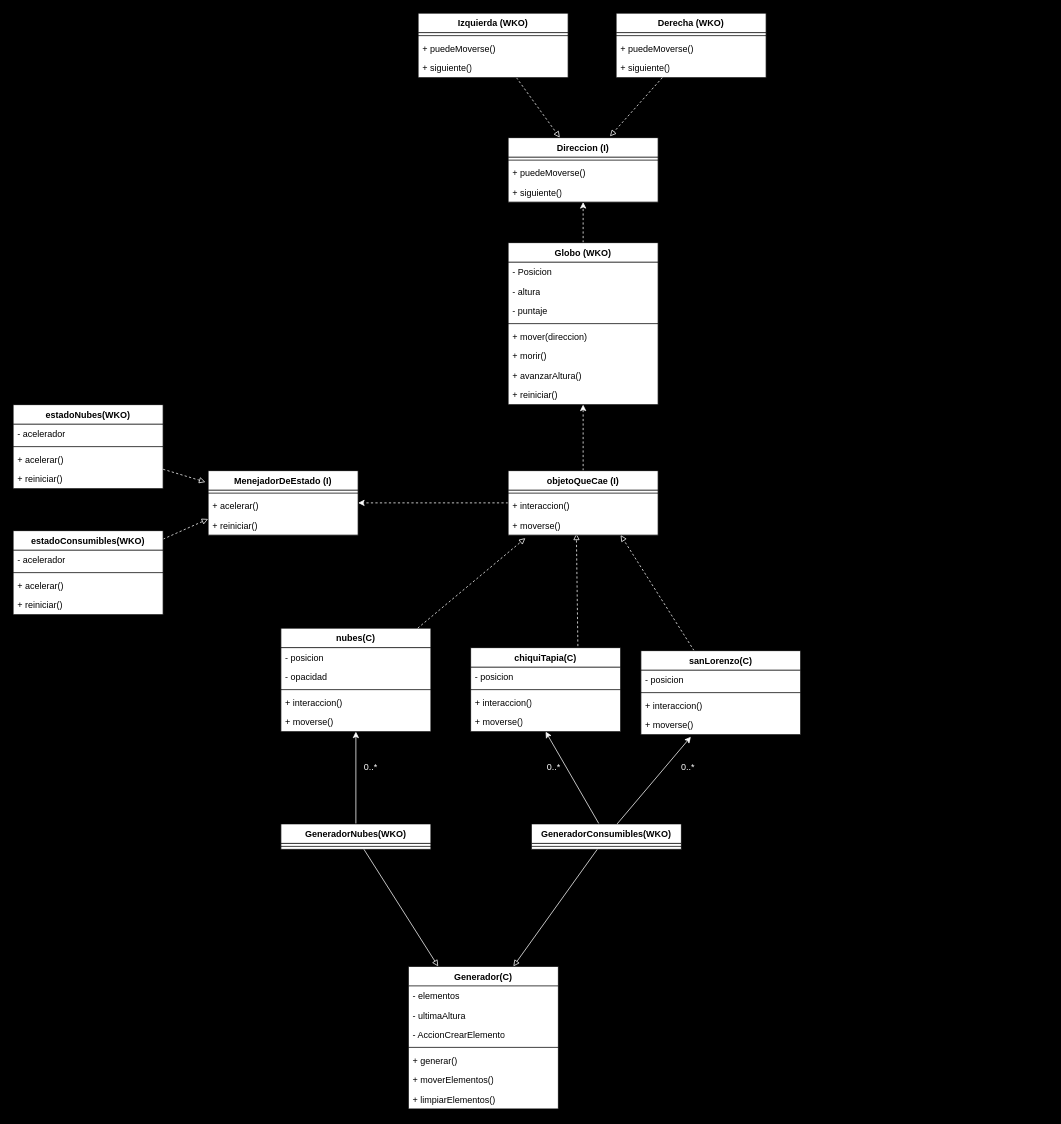
Above: diagramaClases.drawio in pdepjm/2026-o-game-odio-prolog (draw.io), before the change. Source tidied: cells renumbered, new cells numbered last; positions are measured from the earlier drawing's top-left corner, leaving out a move shared by most shapes. Both pictures are drawn from the tidied source at 75%, with x=0, y=0 at pixel (13, 13).
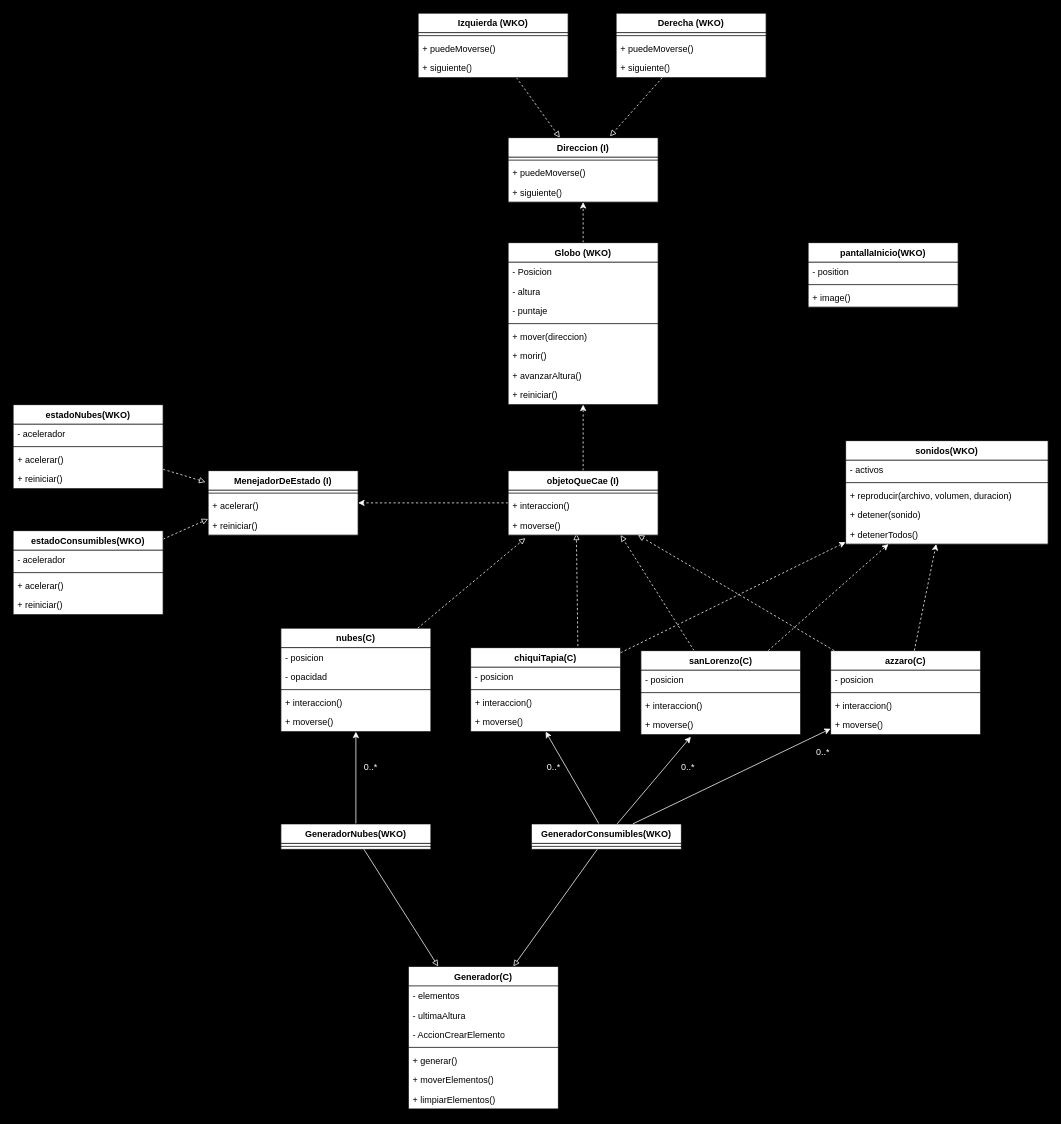
The same page after the edit.

Commit message:
actualizacion diagrama

Unchanged cells that the change refers to:
```xml
<mxCell id="39" value="GeneradorConsumibles(WKO)" style="swimlane;fontStyle=1;align=center;verticalAlign=top;horizontal=1;startSize=26;whiteSpace=wrap;html=1;swimlaneFillColor=default;" parent="1" vertex="1">
  <mxGeometry x="691" y="1081" width="200" height="34" as="geometry" />
</mxCell>
<mxCell id="54" value="chiquiTapia(C)" style="swimlane;fontStyle=1;align=center;verticalAlign=top;horizontal=1;startSize=26;whiteSpace=wrap;html=1;swimlaneFillColor=default;" parent="1" vertex="1">
  <mxGeometry x="610" y="846" width="200" height="112" as="geometry" />
</mxCell>
<mxCell id="63" value="objetoQueCae (I)" style="swimlane;fontStyle=1;align=center;verticalAlign=top;horizontal=1;startSize=26;whiteSpace=wrap;html=1;swimlaneFillColor=default;" parent="1" vertex="1">
  <mxGeometry x="660" y="610" width="200" height="86" as="geometry" />
</mxCell>
<mxCell id="68" value="sanLorenzo(C)" style="swimlane;fontStyle=1;align=center;verticalAlign=top;horizontal=1;startSize=26;whiteSpace=wrap;html=1;swimlaneFillColor=default;" parent="1" vertex="1">
  <mxGeometry x="837" y="850" width="213" height="112" as="geometry" />
</mxCell>
```

The edit, as a diff of the source:
```diff
@@
+    <mxCell id="88" value="azzaro(C)" style="swimlane;fontStyle=1;align=center;verticalAlign=top;horizontal=1;startSize=26;whiteSpace=wrap;html=1;swimlaneFillColor=default;" parent="1" vertex="1">
+      <mxGeometry x="1090" y="850" width="200" height="112" as="geometry" />
+    </mxCell>
+    <mxCell id="89" value="- posicion" style="text;strokeColor=none;fillColor=none;align=left;verticalAlign=top;spacingLeft=4;spacingRight=4;overflow=hidden;whiteSpace=wrap;html=1;" parent="88" vertex="1">
+      <mxGeometry y="26" width="200" height="26" as="geometry" />
+    </mxCell>
+    <mxCell id="90" style="line;strokeWidth=1;fillColor=none;align=left;verticalAlign=middle;spacingTop=-1;spacingLeft=3;spacingRight=3;labelPosition=right;strokeColor=inherit;" parent="88" vertex="1">
+      <mxGeometry y="52" width="200" height="8" as="geometry" />
+    </mxCell>
+    <mxCell id="91" value="+ interaccion()" style="text;strokeColor=none;fillColor=none;align=left;verticalAlign=top;spacingLeft=4;spacingRight=4;overflow=hidden;whiteSpace=wrap;html=1;" parent="88" vertex="1">
+      <mxGeometry y="60" width="200" height="26" as="geometry" />
+    </mxCell>
+    <mxCell id="92" value="+ moverse()" style="text;strokeColor=none;fillColor=none;align=left;verticalAlign=top;spacingLeft=4;spacingRight=4;overflow=hidden;whiteSpace=wrap;html=1;" parent="88" vertex="1">
+      <mxGeometry y="86" width="200" height="26" as="geometry" />
+    </mxCell>
+    <mxCell id="93" style="edgeStyle=none;shape=connector;rounded=1;html=1;strokeColor=#FFFFFF;align=center;verticalAlign=middle;fontFamily=Helvetica;fontSize=11;fontColor=default;labelBackgroundColor=default;endArrow=block;endFill=0;dashed=1;" parent="1" edge="1" source="88" target="63">
+      <mxGeometry relative="1" as="geometry" />
+    </mxCell>
+    <mxCell id="94" style="edgeStyle=none;shape=connector;rounded=1;html=1;strokeColor=#FFFFFF;align=center;verticalAlign=middle;fontFamily=Helvetica;fontSize=11;fontColor=default;labelBackgroundColor=default;endArrow=classic;" parent="1" edge="1" source="39" target="88">
+      <mxGeometry relative="1" as="geometry" />
+    </mxCell>
+    <mxCell id="95" value="0..*" style="text;html=1;whiteSpace=wrap;align=center;verticalAlign=middle;rounded=0;fontColor=#FFFFFF;" parent="1" vertex="1">
+      <mxGeometry x="1050" y="970" width="60" height="30" as="geometry" />
+    </mxCell>
+    <mxCell id="96" value="sonidos(WKO)" style="swimlane;fontStyle=1;align=center;verticalAlign=top;horizontal=1;startSize=26;whiteSpace=wrap;html=1;swimlaneFillColor=default;" parent="1" vertex="1">
+      <mxGeometry x="1110" y="570" width="270" height="138" as="geometry" />
+    </mxCell>
+    <mxCell id="97" value="- activos" style="text;strokeColor=none;fillColor=none;align=left;verticalAlign=top;spacingLeft=4;spacingRight=4;overflow=hidden;whiteSpace=wrap;html=1;" parent="96" vertex="1">
+      <mxGeometry y="26" width="270" height="26" as="geometry" />
+    </mxCell>
+    <mxCell id="98" style="line;strokeWidth=1;fillColor=none;align=left;verticalAlign=middle;spacingTop=-1;spacingLeft=3;spacingRight=3;labelPosition=right;strokeColor=inherit;" parent="96" vertex="1">
+      <mxGeometry y="52" width="270" height="8" as="geometry" />
+    </mxCell>
+    <mxCell id="99" value="+ reproducir(archivo, volumen, duracion)" style="text;strokeColor=none;fillColor=none;align=left;verticalAlign=top;spacingLeft=4;spacingRight=4;overflow=hidden;whiteSpace=wrap;html=1;" parent="96" vertex="1">
+      <mxGeometry y="60" width="270" height="26" as="geometry" />
+    </mxCell>
+    <mxCell id="100" value="+ detener(sonido)" style="text;strokeColor=none;fillColor=none;align=left;verticalAlign=top;spacingLeft=4;spacingRight=4;overflow=hidden;whiteSpace=wrap;html=1;" parent="96" vertex="1">
+      <mxGeometry y="86" width="270" height="26" as="geometry" />
+    </mxCell>
+    <mxCell id="101" value="+ detenerTodos()" style="text;strokeColor=none;fillColor=none;align=left;verticalAlign=top;spacingLeft=4;spacingRight=4;overflow=hidden;whiteSpace=wrap;html=1;" parent="96" vertex="1">
+      <mxGeometry y="112" width="270" height="26" as="geometry" />
+    </mxCell>
+    <mxCell id="102" style="edgeStyle=none;shape=connector;rounded=1;html=1;strokeColor=#FFFFFF;align=center;verticalAlign=middle;fontFamily=Helvetica;fontSize=11;fontColor=default;labelBackgroundColor=default;endArrow=classic;dashed=1;" parent="1" edge="1" source="68" target="96">
+      <mxGeometry relative="1" as="geometry" />
+    </mxCell>
+    <mxCell id="103" style="edgeStyle=none;shape=connector;rounded=1;html=1;strokeColor=#FFFFFF;align=center;verticalAlign=middle;fontFamily=Helvetica;fontSize=11;fontColor=default;labelBackgroundColor=default;endArrow=classic;dashed=1;" parent="1" edge="1" source="54" target="96">
+      <mxGeometry relative="1" as="geometry" />
+    </mxCell>
+    <mxCell id="104" style="edgeStyle=none;shape=connector;rounded=1;html=1;strokeColor=#FFFFFF;align=center;verticalAlign=middle;fontFamily=Helvetica;fontSize=11;fontColor=default;labelBackgroundColor=default;endArrow=classic;dashed=1;" parent="1" edge="1" source="88" target="96">
+      <mxGeometry relative="1" as="geometry" />
+    </mxCell>
+    <mxCell id="105" value="pantallaInicio(WKO)" style="swimlane;fontStyle=1;align=center;verticalAlign=top;horizontal=1;startSize=26;whiteSpace=wrap;html=1;swimlaneFillColor=default;" parent="1" vertex="1">
+      <mxGeometry x="1060" y="306" width="200" height="86" as="geometry" />
+    </mxCell>
+    <mxCell id="106" value="- position" style="text;strokeColor=none;fillColor=none;align=left;verticalAlign=top;spacingLeft=4;spacingRight=4;overflow=hidden;whiteSpace=wrap;html=1;" parent="105" vertex="1">
+      <mxGeometry y="26" width="200" height="26" as="geometry" />
+    </mxCell>
+    <mxCell id="107" style="line;strokeWidth=1;fillColor=none;align=left;verticalAlign=middle;spacingTop=-1;spacingLeft=3;spacingRight=3;labelPosition=right;strokeColor=inherit;" parent="105" vertex="1">
+      <mxGeometry y="52" width="200" height="8" as="geometry" />
+    </mxCell>
+    <mxCell id="108" value="+ image()" style="text;strokeColor=none;fillColor=none;align=left;verticalAlign=top;spacingLeft=4;spacingRight=4;overflow=hidden;whiteSpace=wrap;html=1;" parent="105" vertex="1">
+      <mxGeometry y="60" width="200" height="26" as="geometry" />
+    </mxCell>
```
